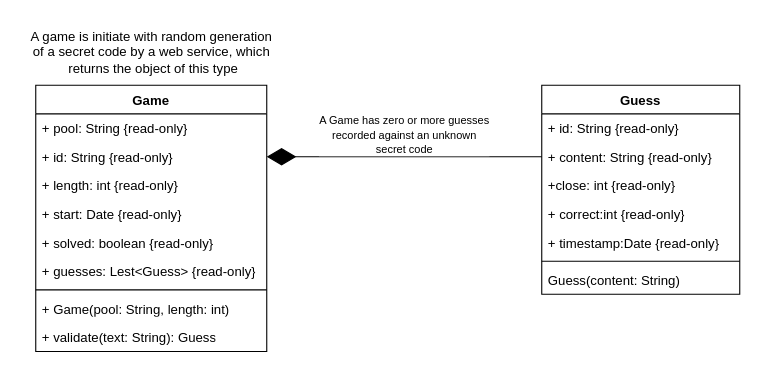
The draw.io diagram work/Codebreaker domain UML.drawio in ddc-java-17/codebreaker-android-reedsearle, before the edit. Source tidied: cells renumbered, new cells numbered last; positions are measured from the earlier drawing's top-left corner, leaving out a move shared by most shapes. Both pictures are drawn from the tidied source at 110%, with x=0, y=0 at pixel (19, 19).
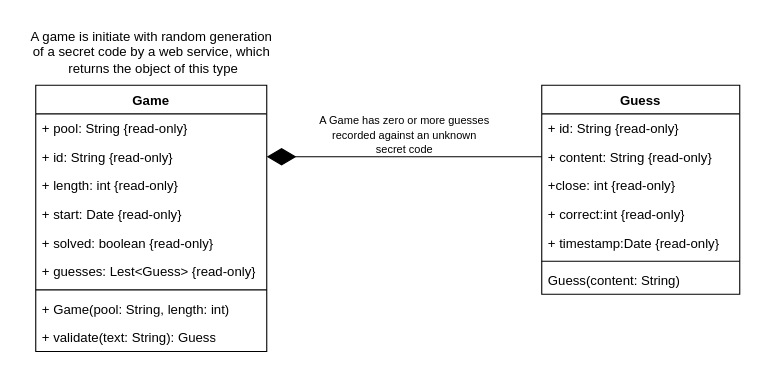
The same page after the edit.

Commit message (it also covers changes not shown here):
Updated UML Diagram, AGAIN

Unchanged cells that the change refers to:
```xml
<mxCell id="4" value="+ id: String {read-only}" style="text;strokeColor=none;fillColor=none;align=left;verticalAlign=top;spacingLeft=4;spacingRight=4;overflow=hidden;points=[[0,0.5],[1,0.5]];portConstraint=eastwest;whiteSpace=wrap;html=1;" parent="2" vertex="1">
  <mxGeometry y="52" width="210" height="26" as="geometry" />
</mxCell>
<mxCell id="14" value="+ content: String {read-only}" style="text;strokeColor=none;fillColor=none;align=left;verticalAlign=top;spacingLeft=4;spacingRight=4;overflow=hidden;points=[[0,0.5],[1,0.5]];portConstraint=eastwest;whiteSpace=wrap;html=1;" parent="12" vertex="1">
  <mxGeometry y="52" width="180" height="26" as="geometry" />
</mxCell>
```

Diff of the diagram source:
```diff
@@
-    <mxCell id="20" value="&lt;font style=&quot;font-size: 10px;&quot;&gt;A Game has zero or more guesses&lt;br&gt;recorded against an unknown&lt;br&gt;secret code&lt;br&gt;&lt;/font&gt;" style="endArrow=diamondThin;endFill=1;endSize=24;html=1;rounded=0;entryX=1;entryY=0.5;entryDx=0;entryDy=0;exitX=0;exitY=0.5;exitDx=0;exitDy=0;spacingBottom=41;" parent="1" edge="1" source="14" target="4">
+    <mxCell id="20" value="&lt;font style=&quot;font-size: 10px;&quot;&gt;A Game has zero or more guesses&lt;br&gt;recorded against an unknown&lt;br&gt;secret code&lt;br&gt;&lt;/font&gt;" style="endArrow=diamondThin;endFill=1;endSize=24;html=1;rounded=0;entryX=1;entryY=0.5;entryDx=0;entryDy=0;exitX=0;exitY=0.5;exitDx=0;exitDy=0;spacingBottom=41;labelBackgroundColor=none;" parent="1" edge="1" source="14" target="4">
       <mxGeometry relative="1" as="geometry" />
     </mxCell>
```
